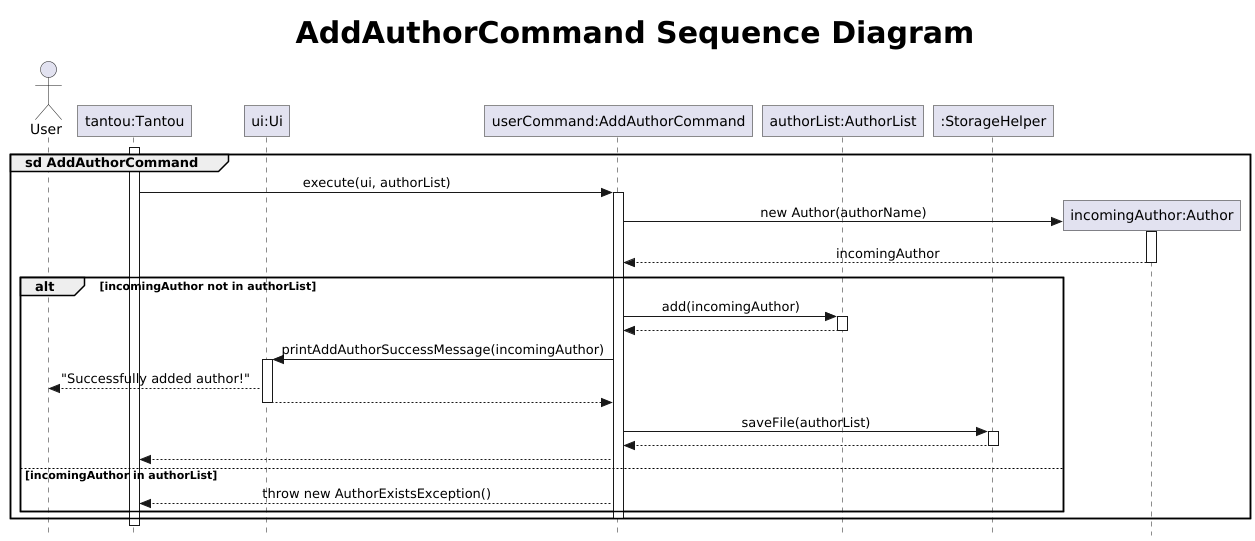
Earlier version of the PlantUML export docs/uml/images/AddAuthorSequence.png (xenthm/tp).
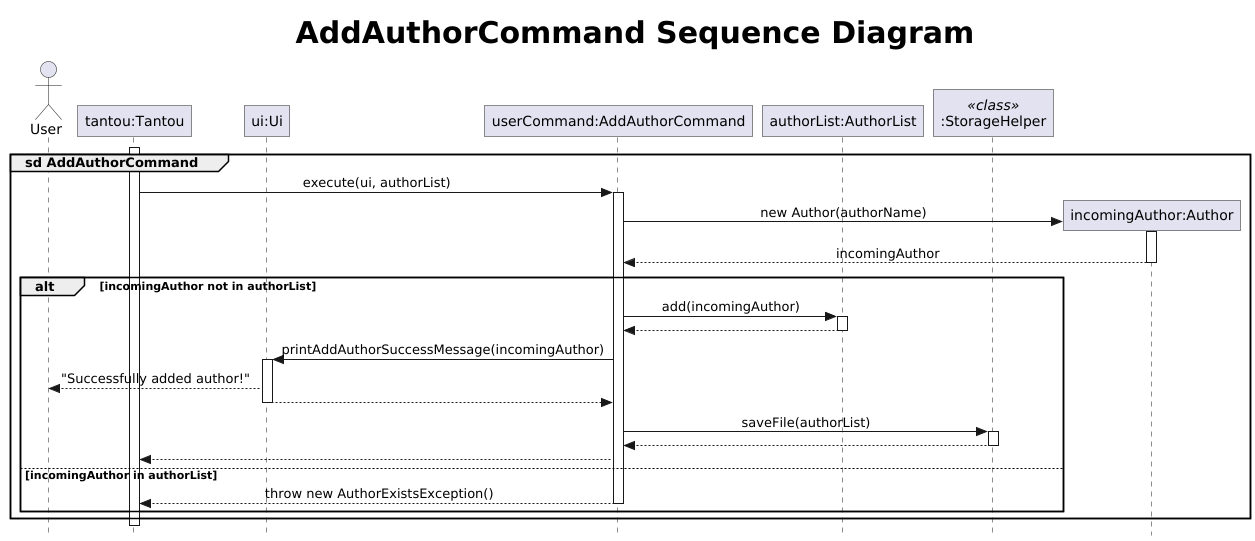
After the commit.

Commit message:
Update AddAuthorCommand sequence diagram

Change to the diagram source:
```diff
@@ -9,7 +9,7 @@
 participant "ui:Ui" as ui
 participant "userCommand:AddAuthorCommand" as userCommand
 participant "authorList:AuthorList" as authorList
-participant ":StorageHelper" as storage
+participant ":StorageHelper" as storage <<class>>
 participant "incomingAuthor:Author" as author
 
 activate tantou
@@ -39,6 +39,7 @@
         userCommand --> tantou
     else incomingAuthor in authorList
         userCommand --> tantou : throw new AuthorExistsException()
+        deactivate userCommand
     end
     deactivate userCommand
 
```
